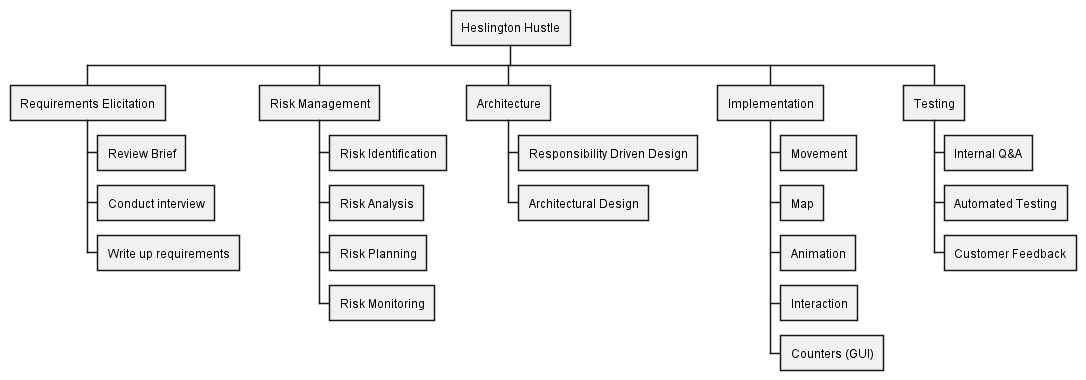
The PlantUML diagram plans/UML/week2-breakdown.png in jjzsilva9/eng1-website, before a commit.
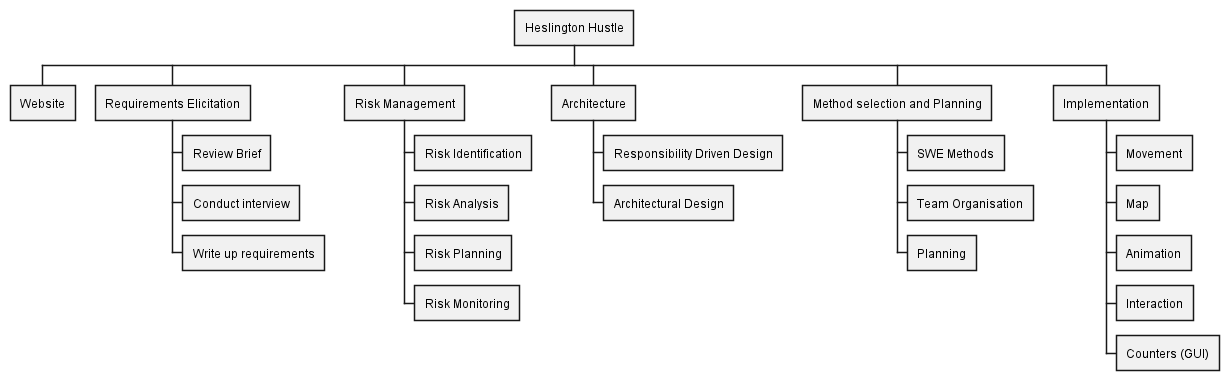
After the commit.

Commit message:
removed testing from planning, added basic styling to website

What changed in the source:
```diff
@@ -1,5 +1,6 @@
 @startwbs
 * Heslington Hustle
+** Website
 ** Requirements Elicitation
 *** Review Brief
 *** Conduct interview
@@ -12,14 +13,14 @@
 ** Architecture
 *** Responsibility Driven Design
 *** Architectural Design
+** Method selection and Planning
+*** SWE Methods
+*** Team Organisation
+*** Planning
 ** Implementation
 *** Movement
 *** Map
 *** Animation
 *** Interaction
 *** Counters (GUI)
-** Testing
-*** Internal Q&A
-*** Automated Testing
-*** Customer Feedback
 @endwbs
```
